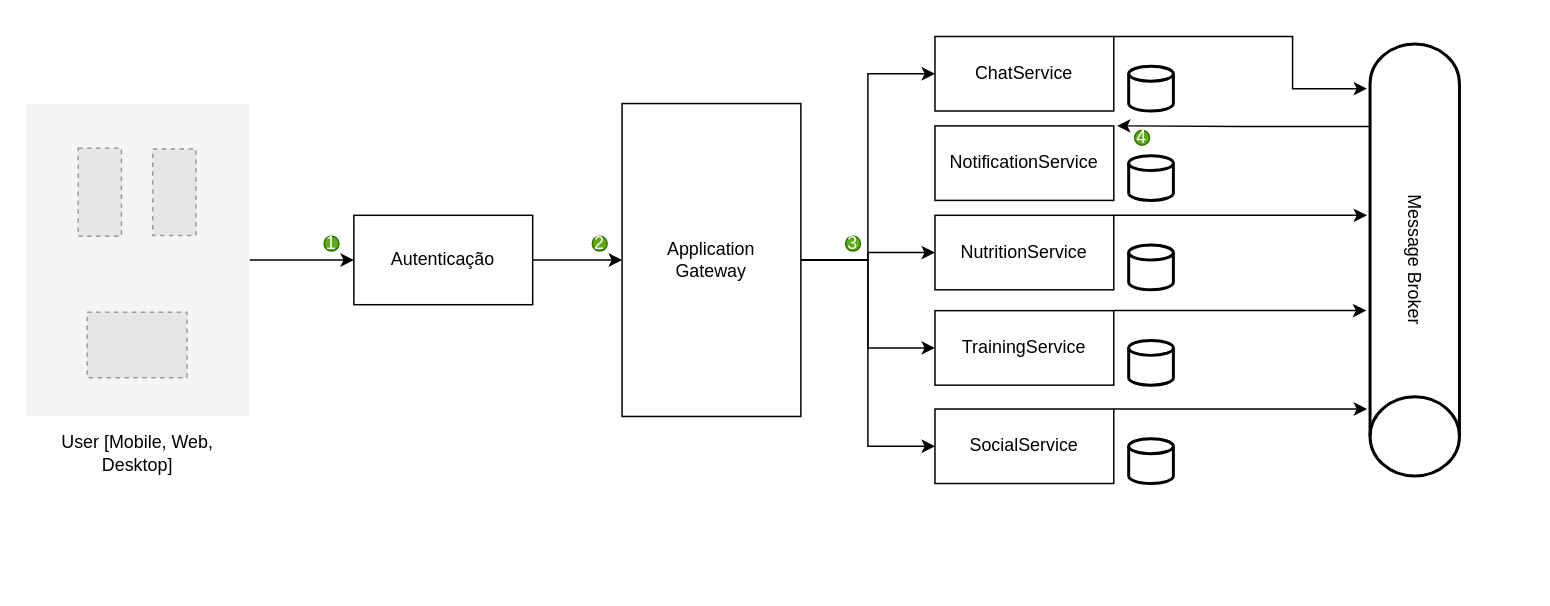
Above: page "Arquitetura da aplicação" (1 of 34) of Architecture.drawio in AlanEdward19/ShapeUp (draw.io), before the change. Source tidied: cells renumbered, new cells numbered last; positions are measured from the earlier drawing's top-left corner, leaving out a move shared by most shapes. Both pictures are drawn from the tidied source at 149%, with x=0, y=0 at pixel (25, 36). Pictures stored in the file or linked from it are replaced by grey dashed boxes.
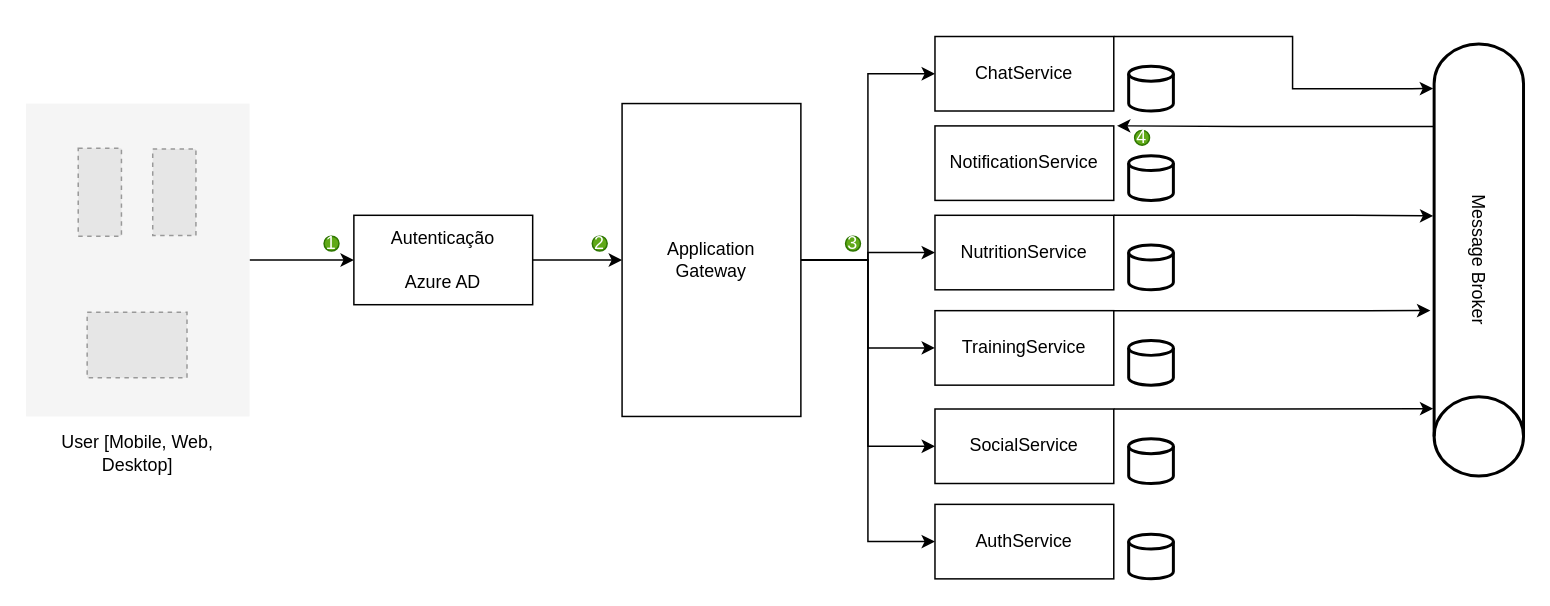
The same diagram, later.

The change refers to these unchanged cells:
```xml
<mxCell id="15" value="Application&lt;div&gt;Gateway&lt;/div&gt;" style="whiteSpace=wrap;html=1;" parent="1" vertex="1">
  <mxGeometry x="400" y="45" width="120" height="210" as="geometry" />
</mxCell>
<mxCell id="26" value="NutritionService" style="whiteSpace=wrap;html=1;" parent="25" vertex="1">
  <mxGeometry width="120" height="50" as="geometry" />
</mxCell>
<mxCell id="32" value="SocialService" style="whiteSpace=wrap;html=1;" parent="31" vertex="1">
  <mxGeometry width="120" height="50" as="geometry" />
</mxCell>
<mxCell id="35" value="ChatService" style="whiteSpace=wrap;html=1;" parent="34" vertex="1">
  <mxGeometry width="120" height="50" as="geometry" />
</mxCell>
```

The edit, as a diff of the source:
```diff
@@
-    <mxCell id="10" value="Autenticação" style="whiteSpace=wrap;html=1;" parent="1" vertex="1">
+    <mxCell id="10" value="Autenticação&lt;div&gt;&lt;br&gt;&lt;/div&gt;&lt;div&gt;Azure AD&lt;/div&gt;" style="whiteSpace=wrap;html=1;" parent="1" vertex="1">
       <mxGeometry x="220" y="120" width="120" height="60" as="geometry" />
     </mxCell>
@@
+    <mxCell id="41" style="edgeStyle=orthogonalEdgeStyle;rounded=0;jettySize=auto;html=1;exitX=1;exitY=0.5;exitDx=0;exitDy=0;entryX=0;entryY=0.5;entryDx=0;entryDy=0;" parent="1" edge="1" source="15" target="43">
+      <mxGeometry relative="1" as="geometry" />
+    </mxCell>
@@
     <mxCell id="17" value="Message Broker" style="strokeWidth=2;html=1;shape=mxgraph.flowchart.direct_data;whiteSpace=wrap;rotation=90;" parent="1" vertex="1">
-      <mxGeometry x="787" y="120" width="290" height="60" as="geometry" />
+      <mxGeometry x="830" y="120" width="290" height="60" as="geometry" />
     </mxCell>
-    <mxCell id="18" style="edgeStyle=orthogonalEdgeStyle;rounded=0;jettySize=auto;html=1;exitX=1;exitY=0;exitDx=0;exitDy=0;" parent="1" edge="1" source="35">
+    <mxCell id="18" style="edgeStyle=orthogonalEdgeStyle;rounded=0;jettySize=auto;html=1;exitX=1;exitY=0;exitDx=0;exitDy=0;entryX=0.103;entryY=1.011;entryDx=0;entryDy=0;entryPerimeter=0;" parent="1" edge="1" source="35" target="17">
       <mxGeometry relative="1" as="geometry">
-        <mxPoint x="900" y="35" as="targetPoint" />
         <Array as="points">
           <mxPoint x="850" />
           <mxPoint x="850" y="35" />
+          <mxPoint x="930" y="35" />
         </Array>
       </mxGeometry>
     </mxCell>
-    <mxCell id="19" style="edgeStyle=orthogonalEdgeStyle;rounded=0;jettySize=auto;html=1;exitX=1;exitY=0;exitDx=0;exitDy=0;" parent="1" edge="1" source="26">
+    <mxCell id="19" style="edgeStyle=orthogonalEdgeStyle;rounded=0;jettySize=auto;html=1;exitX=1;exitY=0;exitDx=0;exitDy=0;entryX=0.398;entryY=1.009;entryDx=0;entryDy=0;entryPerimeter=0;" parent="1" edge="1" source="26" target="17">
       <mxGeometry relative="1" as="geometry">
-        <mxPoint x="900" y="120" as="targetPoint" />
         <Array as="points">
-          <mxPoint x="890" y="120" />
           <mxPoint x="890" y="120" />
         </Array>
       </mxGeometry>
     </mxCell>
@@
-    <mxCell id="21" style="edgeStyle=orthogonalEdgeStyle;rounded=0;jettySize=auto;html=1;exitX=1;exitY=0;exitDx=0;exitDy=0;" parent="1" edge="1" source="32">
+    <mxCell id="21" style="edgeStyle=orthogonalEdgeStyle;rounded=0;jettySize=auto;html=1;exitX=1;exitY=0;exitDx=0;exitDy=0;entryX=0.844;entryY=1.009;entryDx=0;entryDy=0;entryPerimeter=0;" parent="1" edge="1" source="32" target="17">
       <mxGeometry relative="1" as="geometry">
-        <mxPoint x="900" y="250" as="targetPoint" />
         <Array as="points">
-          <mxPoint x="860" y="250" />
-          <mxPoint x="860" y="250" />
+          <mxPoint x="837" y="250" />
         </Array>
       </mxGeometry>
     </mxCell>
@@
+    <mxCell id="42" style="group;" parent="1" vertex="1">
+      <mxGeometry x="610" y="314" width="160" height="50" as="geometry" />
+    </mxCell>
+    <mxCell id="43" value="AuthService" style="whiteSpace=wrap;html=1;" parent="42" vertex="1">
+      <mxGeometry width="120" height="50" as="geometry" />
+    </mxCell>
+    <mxCell id="44" style="strokeWidth=2;html=1;shape=mxgraph.flowchart.database;whiteSpace=wrap;" parent="42" vertex="1">
+      <mxGeometry x="130" y="20" width="30" height="30" as="geometry" />
+    </mxCell>
```
